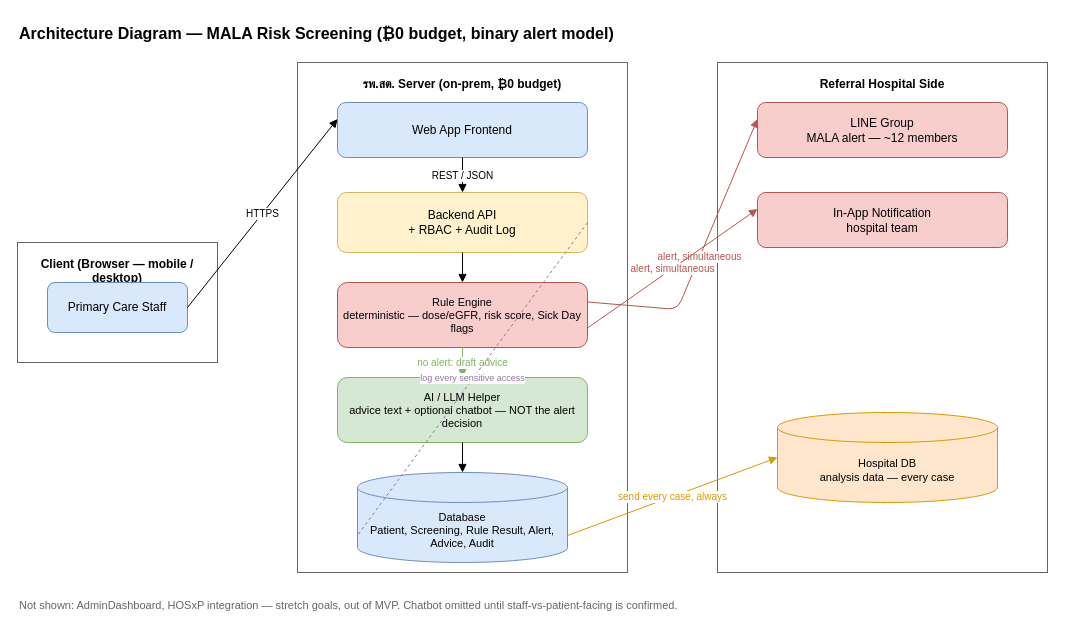
Earlier version of the draw.io diagram page "4. Architecture" (5 of 5) of .docs/02-design/mala-diagrams.drawio (tpose-corp/mala-risk-screening). Source tidied: cells renumbered, new cells numbered last; positions are measured from the earlier drawing's top-left corner, leaving out a move shared by most shapes. Both pictures are drawn from the tidied source at 100%, with x=0, y=0 at pixel (17, 17).
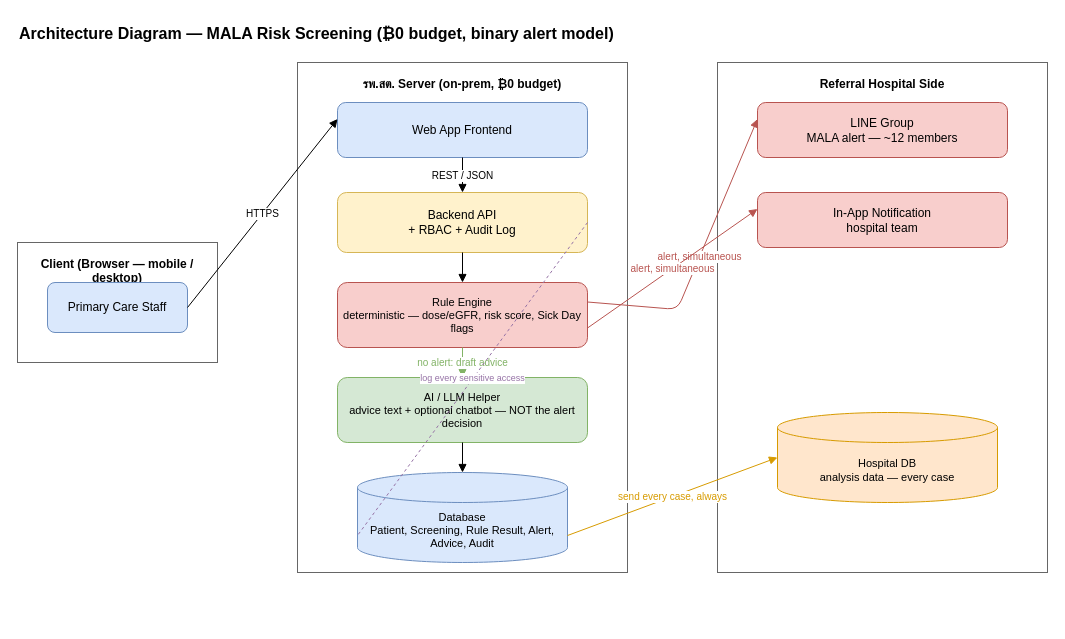
The same page after the edit.

The edit, as a diff of the source:
```diff
@@
-    <mxCell id="24" value="Not shown: AdminDashboard, HOSxP integration — stretch goals, out of MVP. Chatbot omitted until staff-vs-patient-facing is confirmed." style="text;html=1;fontSize=11;fontColor=#666666;align=left;" parent="1" vertex="1">
-      <mxGeometry y="575" width="900" height="30" as="geometry" />
-    </mxCell>
```
